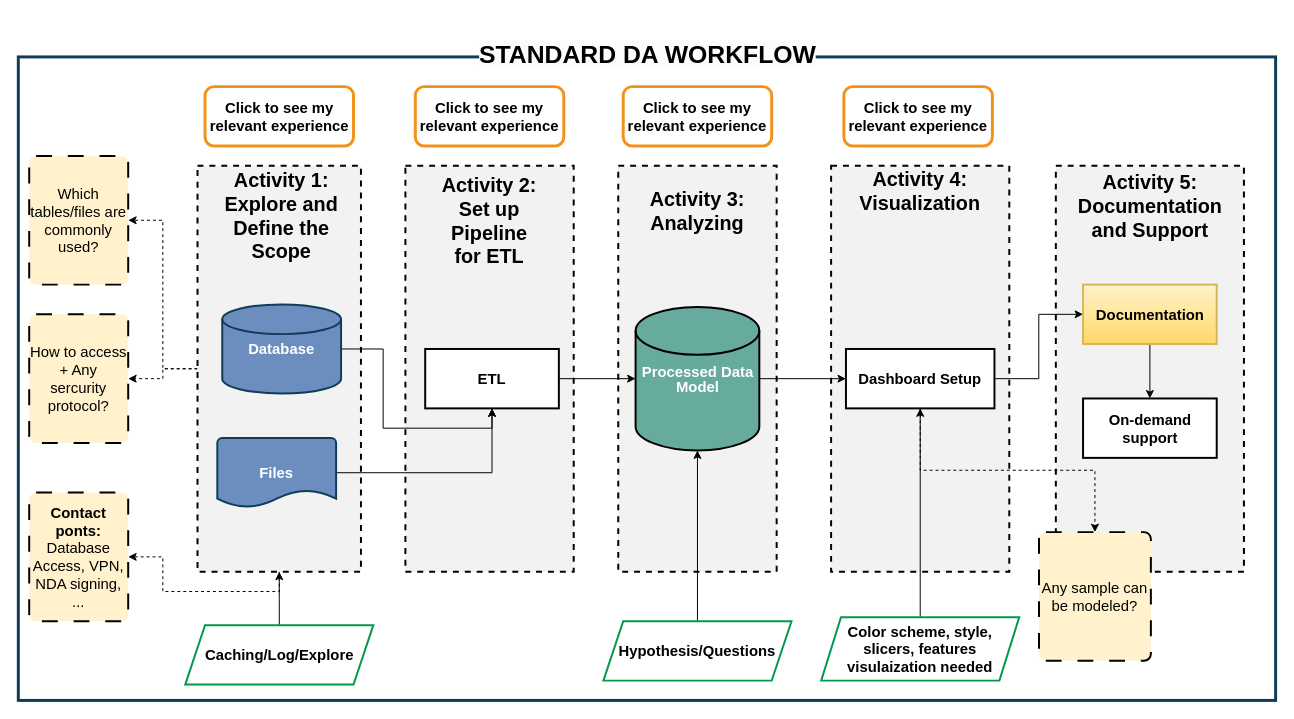
This is page "Flowchart" (1 of 2) of standard_da_workflow.drawio from thong-pm/thong-pm.github.io, a draw.io file, before an edit. Source tidied: cells renumbered, new cells numbered last; positions are measured from the earlier drawing's top-left corner, leaving out a move shared by most shapes. Both pictures are drawn from the tidied source at 99%, with x=0, y=0 at pixel (18, 17).
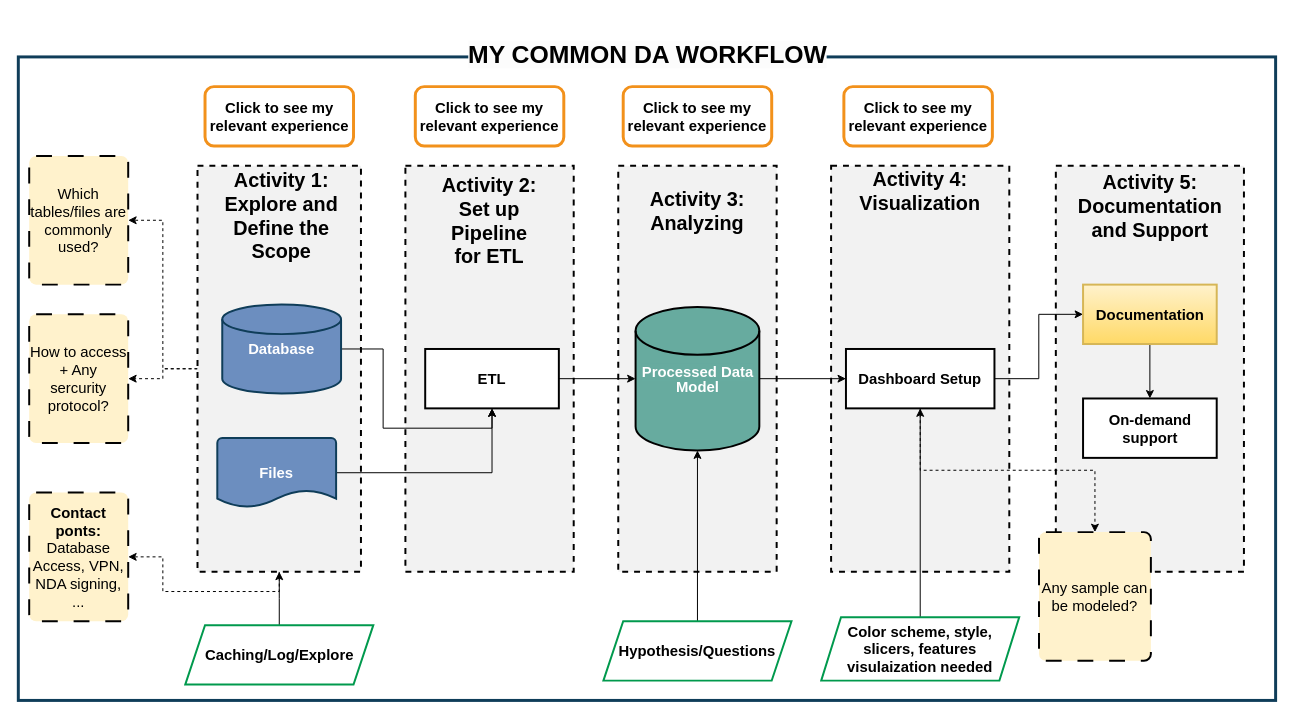
The same diagram, later.

The edit, as a diff of the source:
```diff
@@
-    <mxCell id="40" value="&lt;h1&gt;&lt;font face=&quot;Helvetica&quot; style=&quot;font-size: 25px; background-color: rgb(252, 252, 252);&quot;&gt;STANDARD DA WORKFLOW&lt;/font&gt;&lt;/h1&gt;" style="text;html=1;align=center;verticalAlign=top;whiteSpace=wrap;rounded=0;fillColor=none;" parent="1" vertex="1">
+    <mxCell id="40" value="&lt;h1&gt;&lt;font face=&quot;Helvetica&quot; style=&quot;font-size: 25px; background-color: rgb(252, 252, 252);&quot;&gt;MY COMMON DA WORKFLOW&lt;/font&gt;&lt;/h1&gt;" style="text;html=1;align=center;verticalAlign=top;whiteSpace=wrap;rounded=0;fillColor=none;" parent="1" vertex="1">
       <mxGeometry x="1" width="1270" height="690" as="geometry" />
     </mxCell>
```
